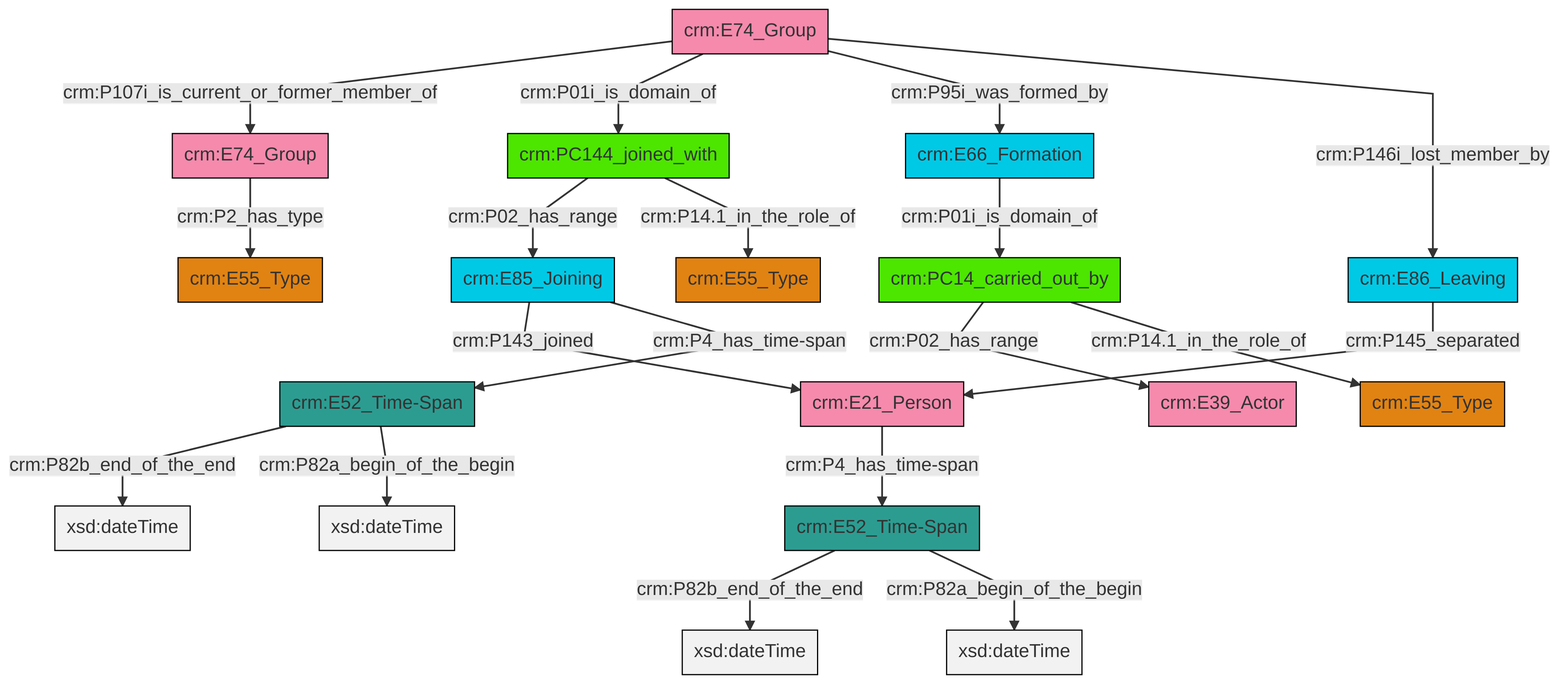
This is et/groupCSV/ttl/mmd/png/group_actor_relations.png from swiss-art-research-net/reference-data-models, a Mermaid export, as it was before one commit. Its source is kept beside it as et/groupCSV/ttl/mmd/group_actor_relations.ttl.mmd.
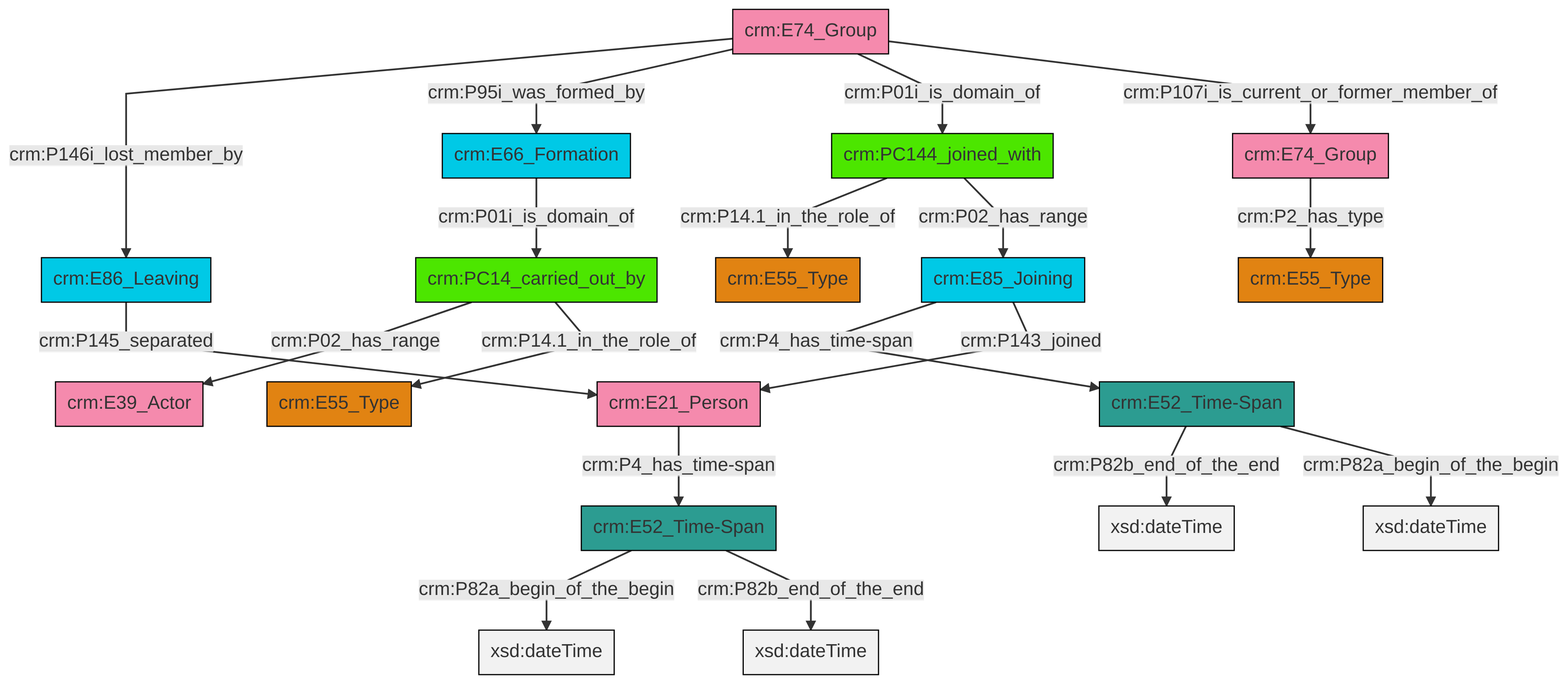
After the commit.

Diff of the diagram source:
```diff
@@ -13,21 +13,21 @@
 classDef PC_Classes fill:#4ce600, stroke:#000000;
 classDef Multi fill:#cccccc,stroke:#000000;
 
-4["crm:PC14_carried_out_by"]:::PC_Classes -->|crm:P02_has_range| 5["crm:E39_Actor"]:::Actor
-8["crm:E52_Time-Span"]:::Time-Span -->|crm:P82b_end_of_the_end| 9[xsd:dateTime]:::Literal
-11["crm:E74_Group"]:::Actor -->|crm:P107i_is_current_or_former_member_of| 12["crm:E74_Group"]:::Actor
-11["crm:E74_Group"]:::Actor -->|crm:P01i_is_domain_of| 13["crm:PC144_joined_with"]:::PC_Classes
-13["crm:PC144_joined_with"]:::PC_Classes -->|crm:P02_has_range| 14["crm:E85_Joining"]:::Temporal_Entity
-14["crm:E85_Joining"]:::Temporal_Entity -->|crm:P143_joined| 2["crm:E21_Person"]:::Actor
-16["crm:E52_Time-Span"]:::Time-Span -->|crm:P82b_end_of_the_end| 17[xsd:dateTime]:::Literal
-8["crm:E52_Time-Span"]:::Time-Span -->|crm:P82a_begin_of_the_begin| 20[xsd:dateTime]:::Literal
-6["crm:E66_Formation"]:::Temporal_Entity -->|crm:P01i_is_domain_of| 4["crm:PC14_carried_out_by"]:::PC_Classes
-14["crm:E85_Joining"]:::Temporal_Entity -->|crm:P4_has_time-span| 8["crm:E52_Time-Span"]:::Time-Span
-11["crm:E74_Group"]:::Actor -->|crm:P95i_was_formed_by| 6["crm:E66_Formation"]:::Temporal_Entity
-16["crm:E52_Time-Span"]:::Time-Span -->|crm:P82a_begin_of_the_begin| 27[xsd:dateTime]:::Literal
-13["crm:PC144_joined_with"]:::PC_Classes -->|crm:P14.1_in_the_role_of| 22["crm:E55_Type"]:::Type
-0["crm:E86_Leaving"]:::Temporal_Entity -->|crm:P145_separated| 2["crm:E21_Person"]:::Actor
-2["crm:E21_Person"]:::Actor -->|crm:P4_has_time-span| 16["crm:E52_Time-Span"]:::Time-Span
-12["crm:E74_Group"]:::Actor -->|crm:P2_has_type| 18["crm:E55_Type"]:::Type
-11["crm:E74_Group"]:::Actor -->|crm:P146i_lost_member_by| 0["crm:E86_Leaving"]:::Temporal_Entity
-4["crm:PC14_carried_out_by"]:::PC_Classes -->|crm:P14.1_in_the_role_of| 24["crm:E55_Type"]:::Type
+0["crm:E66_Formation"]:::Temporal_Entity -->|crm:P01i_is_domain_of| 1["crm:PC14_carried_out_by"]:::PC_Classes
+4["crm:PC144_joined_with"]:::PC_Classes -->|crm:P14.1_in_the_role_of| 5["crm:E55_Type"]:::Type
+13["crm:E21_Person"]:::Actor -->|crm:P4_has_time-span| 14["crm:E52_Time-Span"]:::Time-Span
+8["crm:E85_Joining"]:::Temporal_Entity -->|crm:P4_has_time-span| 16["crm:E52_Time-Span"]:::Time-Span
+17["crm:E74_Group"]:::Actor -->|crm:P2_has_type| 6["crm:E55_Type"]:::Type
+4["crm:PC144_joined_with"]:::PC_Classes -->|crm:P02_has_range| 8["crm:E85_Joining"]:::Temporal_Entity
+1["crm:PC14_carried_out_by"]:::PC_Classes -->|crm:P02_has_range| 18["crm:E39_Actor"]:::Actor
+20["crm:E74_Group"]:::Actor -->|crm:P146i_lost_member_by| 11["crm:E86_Leaving"]:::Temporal_Entity
+14["crm:E52_Time-Span"]:::Time-Span -->|crm:P82a_begin_of_the_begin| 25[xsd:dateTime]:::Literal
+20["crm:E74_Group"]:::Actor -->|crm:P95i_was_formed_by| 0["crm:E66_Formation"]:::Temporal_Entity
+11["crm:E86_Leaving"]:::Temporal_Entity -->|crm:P145_separated| 13["crm:E21_Person"]:::Actor
+16["crm:E52_Time-Span"]:::Time-Span -->|crm:P82b_end_of_the_end| 30[xsd:dateTime]:::Literal
+8["crm:E85_Joining"]:::Temporal_Entity -->|crm:P143_joined| 13["crm:E21_Person"]:::Actor
+14["crm:E52_Time-Span"]:::Time-Span -->|crm:P82b_end_of_the_end| 31[xsd:dateTime]:::Literal
+20["crm:E74_Group"]:::Actor -->|crm:P01i_is_domain_of| 4["crm:PC144_joined_with"]:::PC_Classes
+20["crm:E74_Group"]:::Actor -->|crm:P107i_is_current_or_former_member_of| 17["crm:E74_Group"]:::Actor
+1["crm:PC14_carried_out_by"]:::PC_Classes -->|crm:P14.1_in_the_role_of| 2["crm:E55_Type"]:::Type
+16["crm:E52_Time-Span"]:::Time-Span -->|crm:P82a_begin_of_the_begin| 34[xsd:dateTime]:::Literal
```
